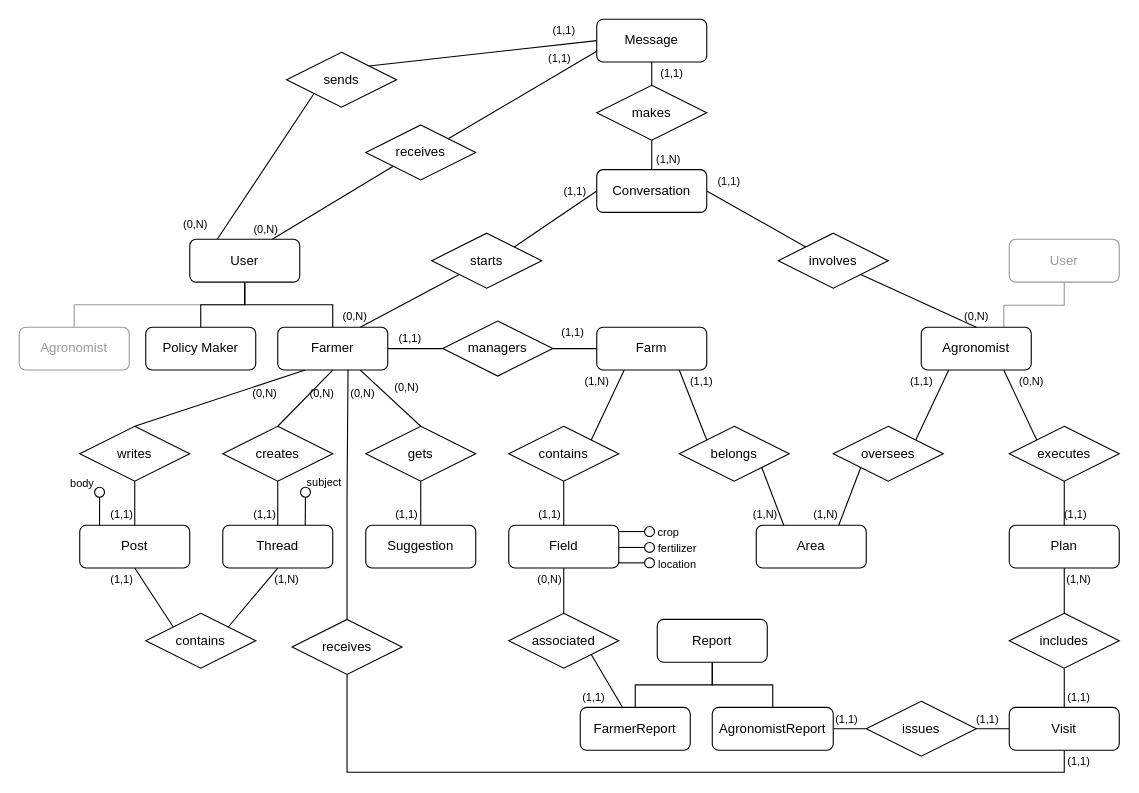
Above: images_diagrams/dd/er_diagram.drawio in gabrielemarra/DREAM-ProjectDesign (draw.io), before the change. Source tidied: cells renumbered, new cells numbered last; positions are measured from the earlier drawing's top-left corner, leaving out a move shared by most shapes. Both pictures are drawn from the tidied source at 110%, with x=0, y=0 at pixel (19, 19).
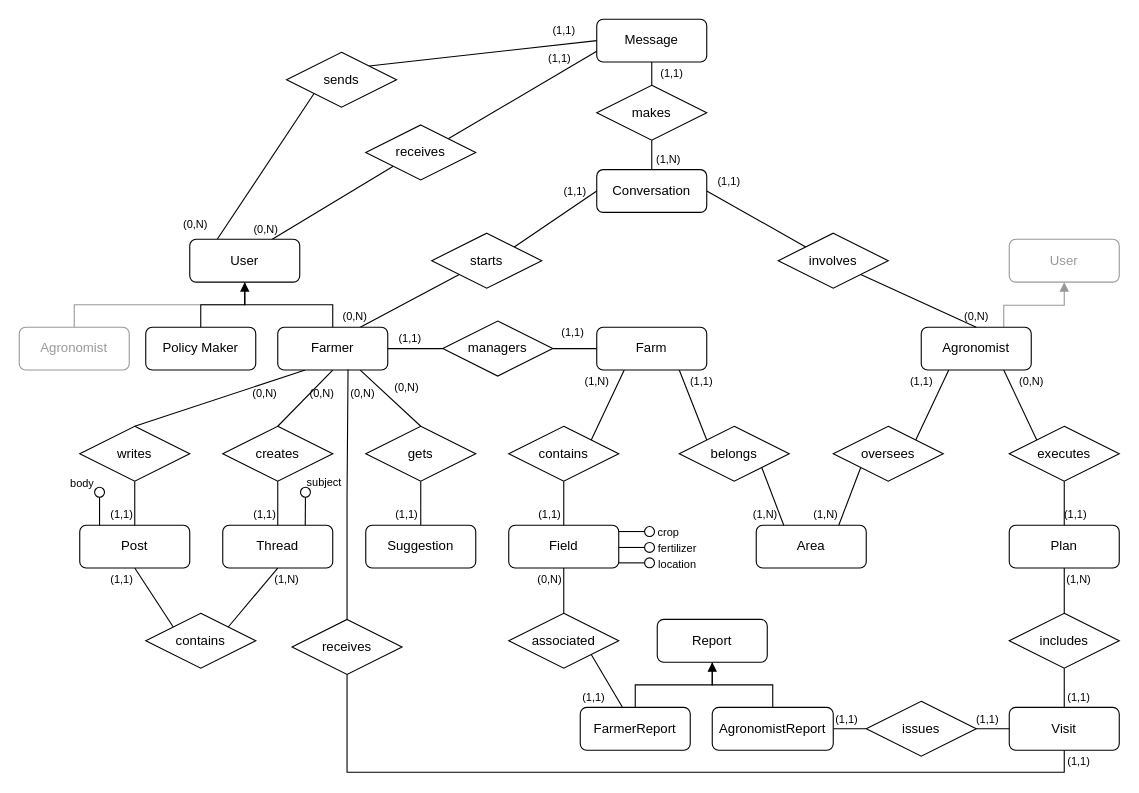
The same diagram, later.

Unchanged cells that the change refers to:
```xml
<mxCell id="4" value="Policy Maker" style="rounded=1;whiteSpace=wrap;html=1;strokeWidth=1;" parent="1" vertex="1">
  <mxGeometry x="115" y="280" width="100" height="38.9" as="geometry" />
</mxCell>
<mxCell id="13" value="User" style="rounded=1;whiteSpace=wrap;html=1;strokeWidth=1;" parent="1" vertex="1">
  <mxGeometry x="155" y="200" width="100" height="39" as="geometry" />
</mxCell>
<mxCell id="35" value="Report" style="rounded=1;whiteSpace=wrap;html=1;strokeWidth=1;" parent="1" vertex="1">
  <mxGeometry x="580" y="545.6" width="100" height="38.9" as="geometry" />
</mxCell>
<mxCell id="40" value="Agronomist" style="rounded=1;whiteSpace=wrap;html=1;strokeWidth=1;" parent="1" vertex="1">
  <mxGeometry x="820" y="280" width="100" height="38.9" as="geometry" />
</mxCell>
<mxCell id="47" value="AgronomistReport" style="rounded=1;whiteSpace=wrap;html=1;strokeWidth=1;" parent="1" vertex="1">
  <mxGeometry x="630" y="625.6" width="110" height="38.9" as="geometry" />
</mxCell>
<mxCell id="83" value="&lt;font color=&quot;#999999&quot;&gt;User&lt;/font&gt;" style="rounded=1;whiteSpace=wrap;html=1;strokeWidth=1;strokeColor=#999999;" parent="1" vertex="1">
  <mxGeometry x="900" y="200" width="100" height="39" as="geometry" />
</mxCell>
```

Diff of the diagram source:
```diff
@@
-    <mxCell id="34" style="edgeStyle=orthogonalEdgeStyle;rounded=0;jettySize=auto;html=1;exitX=0.5;exitY=1;exitDx=0;exitDy=0;entryX=0.5;entryY=0;entryDx=0;entryDy=0;fontSize=14;endArrow=none;endFill=0;" parent="1" edge="1" source="35" target="47">
+    <mxCell id="34" style="edgeStyle=orthogonalEdgeStyle;rounded=0;jettySize=auto;html=1;exitX=0.5;exitY=1;exitDx=0;exitDy=0;entryX=0.5;entryY=0;entryDx=0;entryDy=0;fontSize=14;endArrow=none;endFill=0;startArrow=block;startFill=1;" parent="1" edge="1" source="35" target="47">
       <mxGeometry relative="1" as="geometry" />
     </mxCell>
@@
-    <mxCell id="39" style="edgeStyle=orthogonalEdgeStyle;rounded=0;jettySize=auto;html=1;exitX=0.75;exitY=0;exitDx=0;exitDy=0;entryX=0.5;entryY=1;entryDx=0;entryDy=0;fontSize=14;fontColor=#999999;endArrow=none;endFill=0;strokeColor=#999999;" parent="1" edge="1" source="40" target="83">
+    <mxCell id="39" style="edgeStyle=orthogonalEdgeStyle;rounded=0;jettySize=auto;html=1;exitX=0.75;exitY=0;exitDx=0;exitDy=0;entryX=0.5;entryY=1;entryDx=0;entryDy=0;fontSize=14;fontColor=#999999;endArrow=block;endFill=1;strokeColor=#999999;" parent="1" edge="1" source="40" target="83">
       <mxGeometry relative="1" as="geometry">
         <Array as="points">
           <mxPoint x="895" y="260" />
           <mxPoint x="950" y="260" />
         </Array>
       </mxGeometry>
     </mxCell>
@@
-    <mxCell id="82" style="edgeStyle=orthogonalEdgeStyle;rounded=0;jettySize=auto;html=1;exitX=0.5;exitY=1;exitDx=0;exitDy=0;entryX=0.5;entryY=0;entryDx=0;entryDy=0;fontSize=14;endArrow=none;endFill=0;" parent="1" edge="1" source="13" target="4">
+    <mxCell id="82" style="edgeStyle=orthogonalEdgeStyle;rounded=0;jettySize=auto;html=1;exitX=0.5;exitY=1;exitDx=0;exitDy=0;entryX=0.5;entryY=0;entryDx=0;entryDy=0;fontSize=14;endArrow=none;endFill=0;startArrow=block;startFill=1;" parent="1" edge="1" source="13" target="4">
       <mxGeometry relative="1" as="geometry" />
     </mxCell>
```
